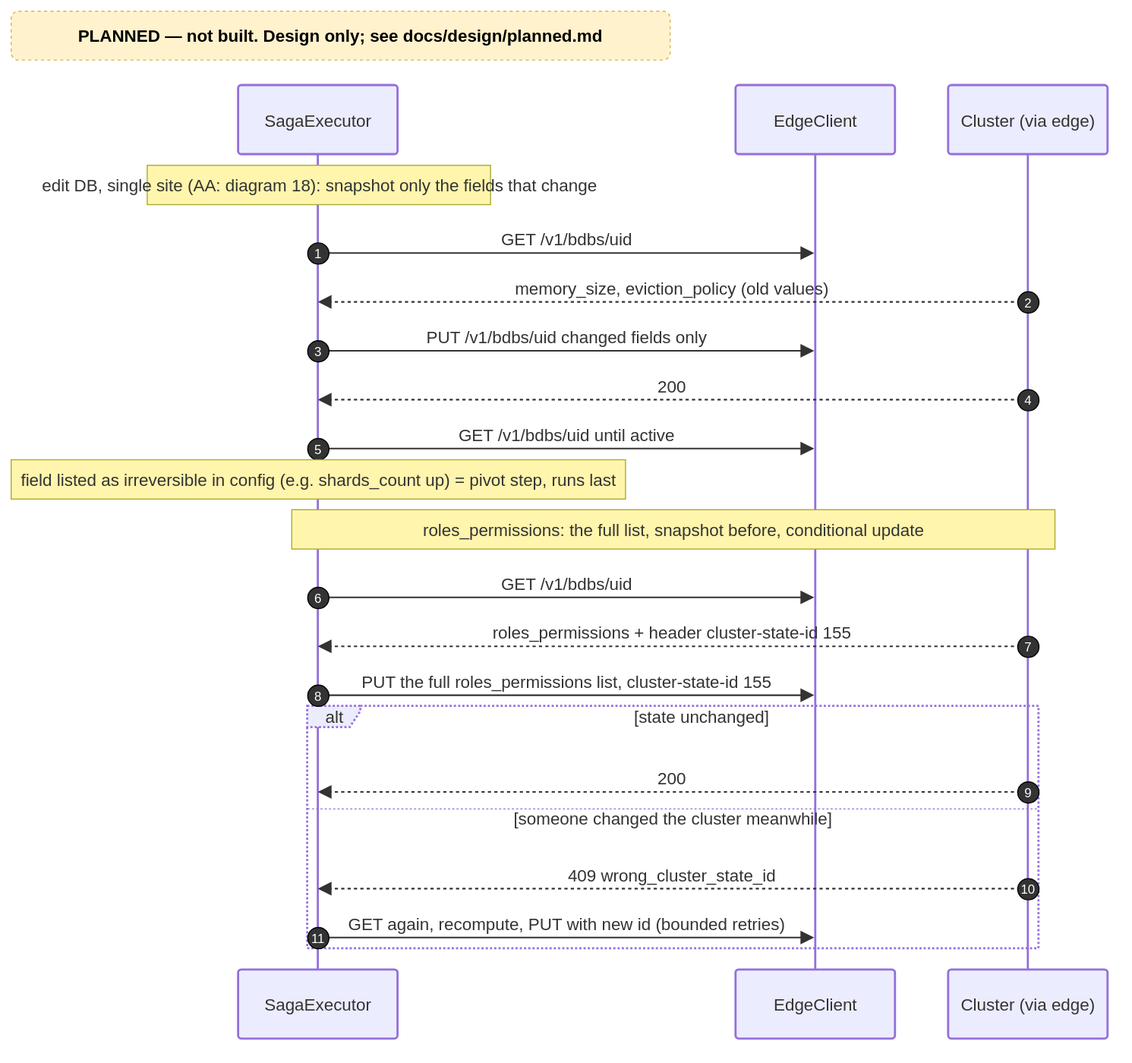
Earlier version of the draw.io export docs/diagrams/planned/p3-seq-edit-database.drawio.svg (EliShteinman/redis-enterprise-services). Source tidied: cells renumbered, new cells last; positions are measured from the earlier drawing's top-left corner, leaving out a move shared by most shapes.
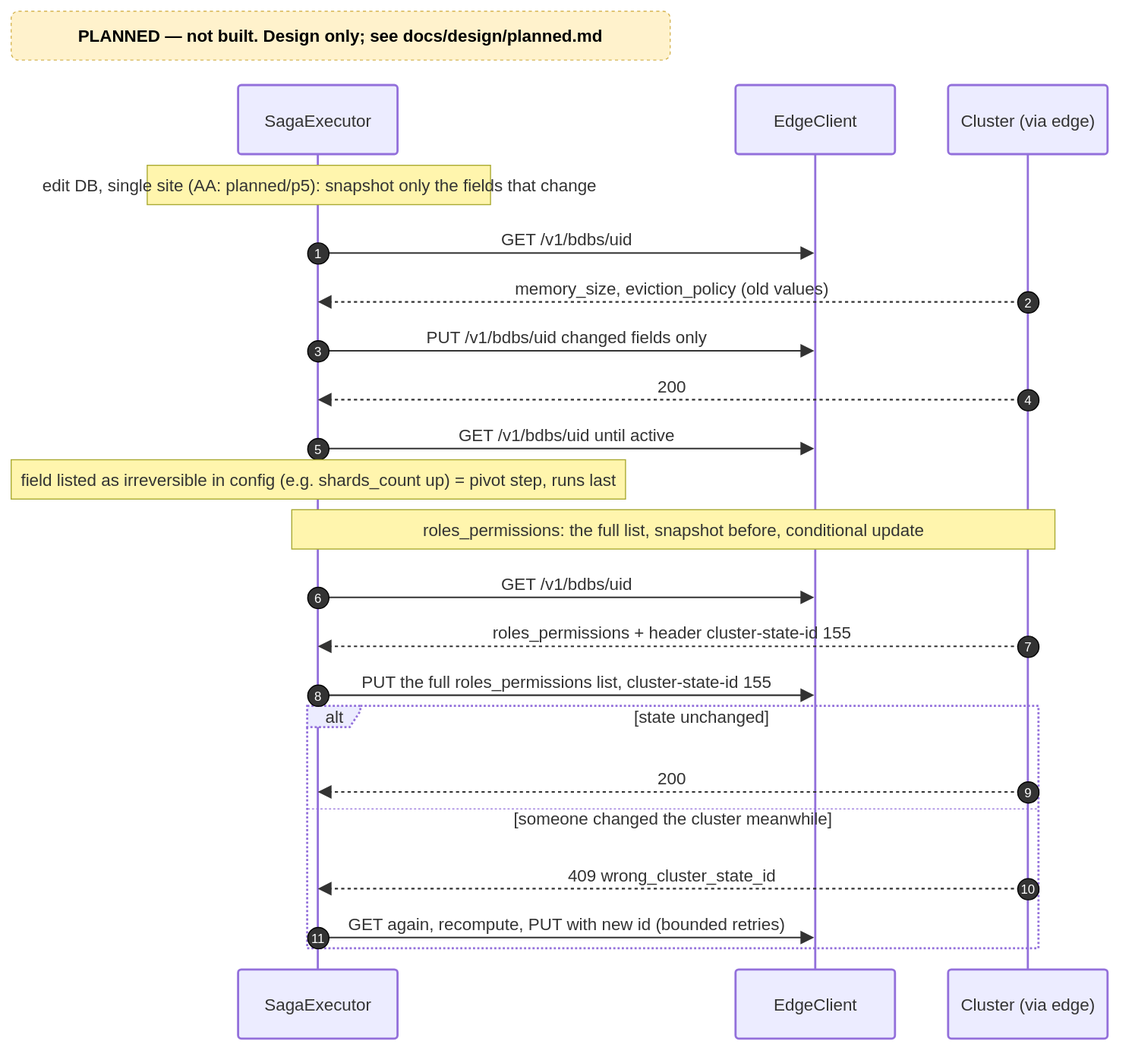
The same file after the commit.

Change to the diagram source:
```diff
@@ -133,7 +133,7 @@
     <mxCell id="30" value="11" style="ellipse;fillColor=light-dark(#333333,#cccccc);align=center;verticalAlign=middle;fontColor=light-dark(#FFFFFF,#333333);fontSize=12;" parent="1" vertex="1">
       <mxGeometry x="279" y="862" width="20" height="20" as="geometry" />
     </mxCell>
-    <mxCell id="31" value="edit DB, single site (AA: diagram 18): snapshot only the fields that change" style="html=1;fillColor=light-dark(#fff5ad,#2a2a2a);strokeColor=light-dark(#aaaa33,#cccccc);fontColor=light-dark(#333333,#cccccc);fontFamily=Trebuchet MS,Verdana,Arial,sans-serif;fontSize=16;" parent="1" vertex="1">
+    <mxCell id="31" value="edit DB, single site (AA: planned/p5): snapshot only the fields that change" style="html=1;fillColor=light-dark(#fff5ad,#2a2a2a);strokeColor=light-dark(#aaaa33,#cccccc);fontColor=light-dark(#333333,#cccccc);fontFamily=Trebuchet MS,Verdana,Arial,sans-serif;fontSize=16;" parent="1" vertex="1">
       <mxGeometry x="128" y="145" width="323" height="37" as="geometry" />
     </mxCell>
     <mxCell id="32" value="field listed as irreversible in config (e.g. shards_count up) = pivot step, runs last" style="html=1;fillColor=light-dark(#fff5ad,#2a2a2a);strokeColor=light-dark(#aaaa33,#cccccc);fontColor=light-dark(#333333,#cccccc);fontFamily=Trebuchet MS,Verdana,Arial,sans-serif;fontSize=16;" parent="1" vertex="1">
```
